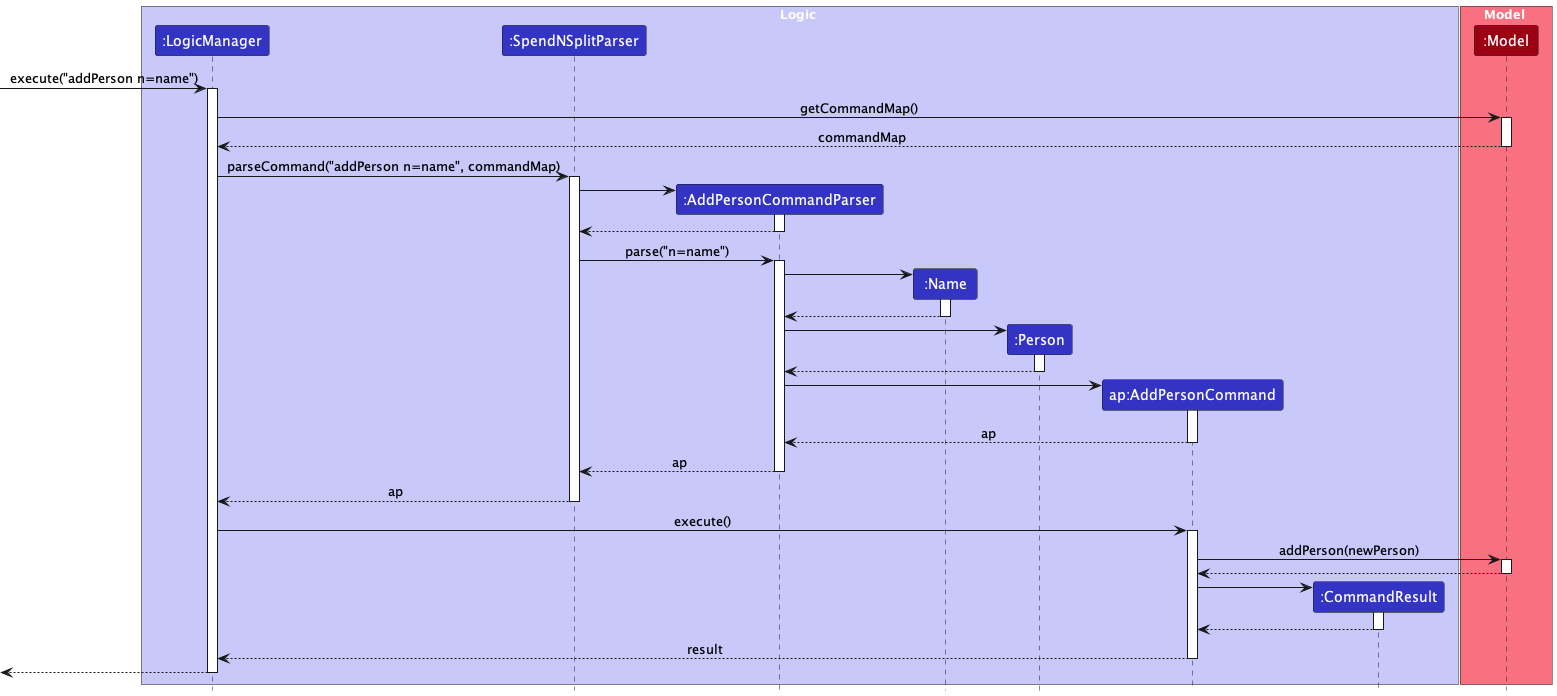
Earlier version of the PlantUML export docs/images/AddPersonSequenceDiagram.png (wui-hong/tp).
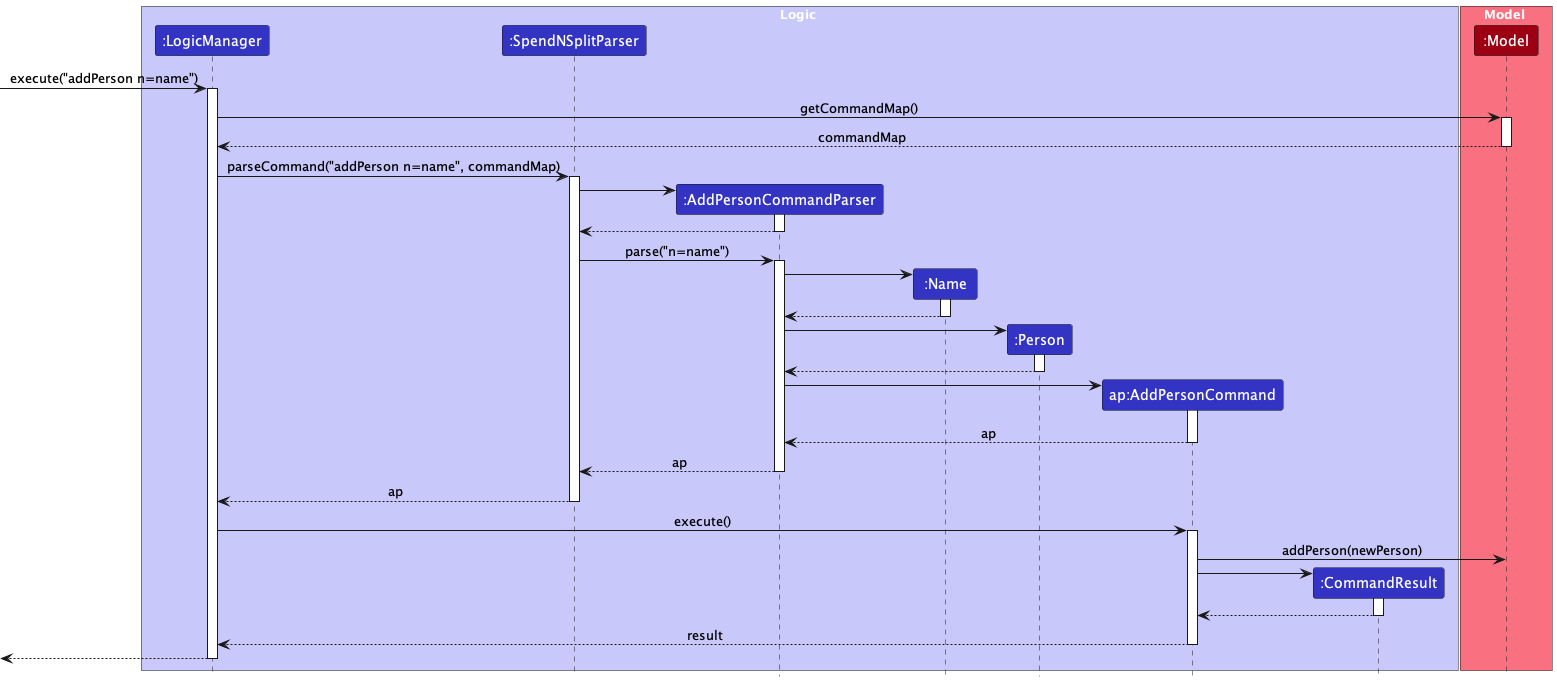
After the change.

What changed in the source:
```diff
@@ -66,10 +66,7 @@
 activate AddPersonCommand
 
 AddPersonCommand -> Model : addPerson(newPerson)
-activate Model
 
-Model --> AddPersonCommand
-deactivate Model
 
 create CommandResult
 AddPersonCommand -> CommandResult
```
